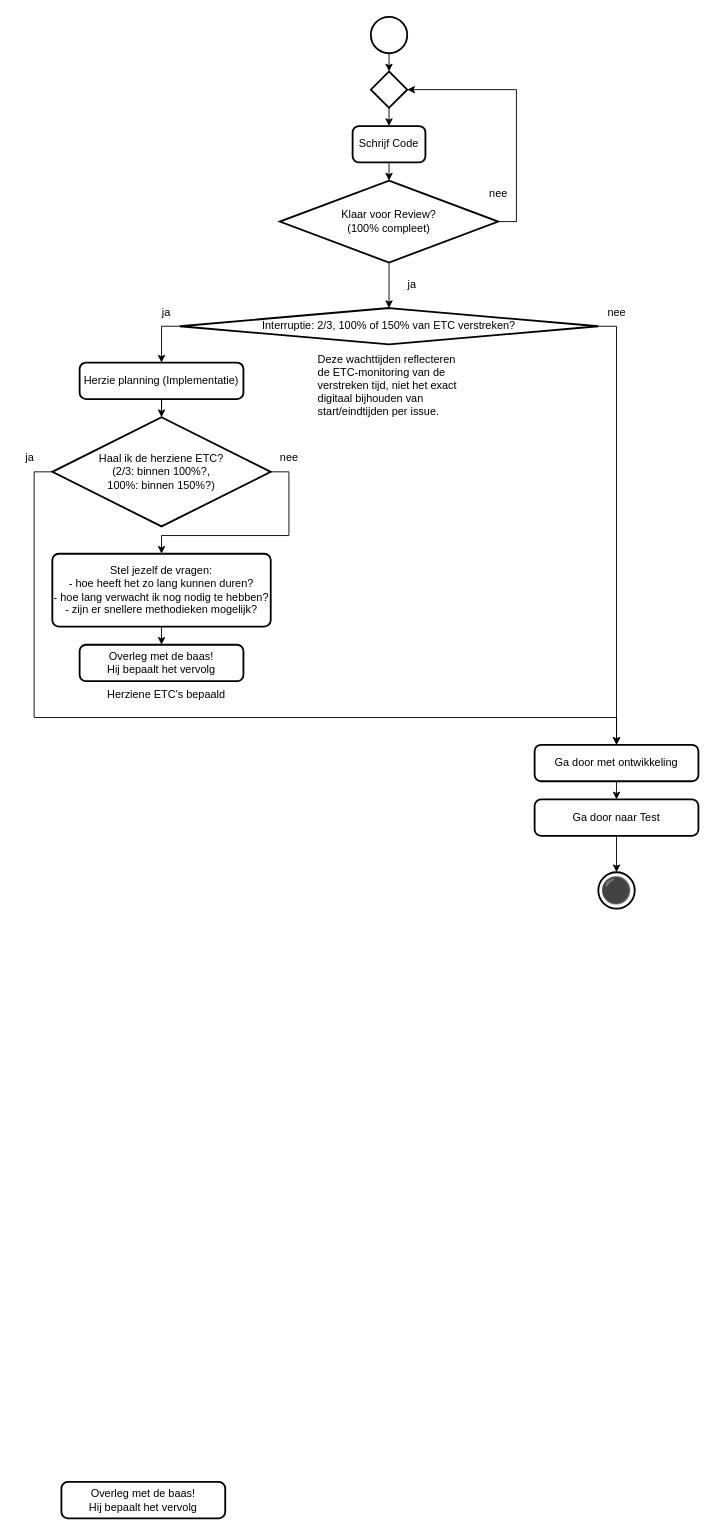
Above: 4 Issue Tracker implementatie.drawio in Zaibatsu89/IssueTracker (draw.io), before the change. Source tidied: cells renumbered, new cells numbered last; positions are measured from the earlier drawing's top-left corner, leaving out a move shared by most shapes. Both pictures are drawn from the tidied source at 91%, with x=0, y=0 at pixel (15, 16).
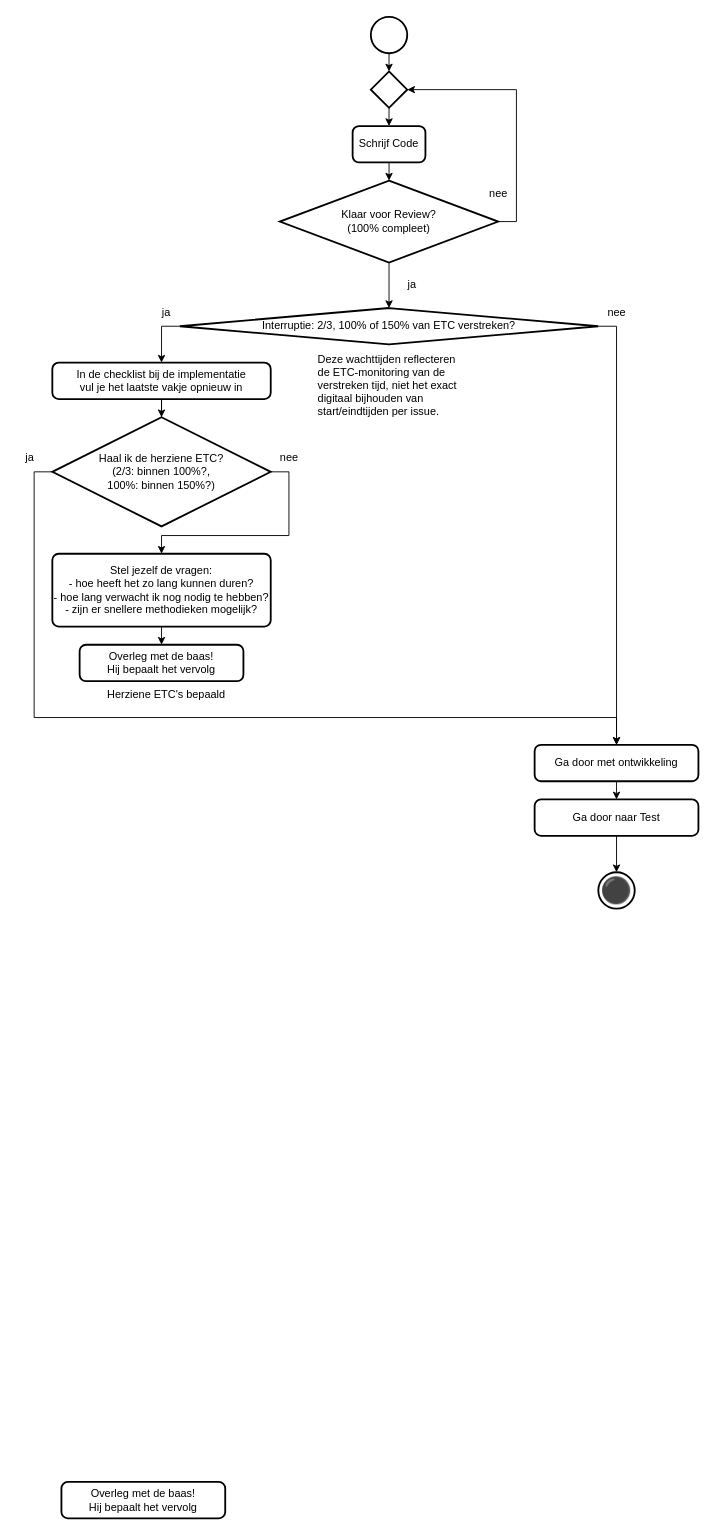
The same page after the edit.

Commit message (it also covers changes not shown here):
"Vul vakjes van analyse in checklist opnieuw in" in analyse flowchart, i.p.v. "Herzie planning"

What changed in the source:
```diff
@@
-    <mxCell id="16" value="Herzie planning (Implementatie)" style="rounded=1;whiteSpace=wrap;html=1;absoluteArcSize=1;arcSize=14;strokeWidth=2;" parent="1" vertex="1">
-      <mxGeometry x="70" y="380" width="180" height="40" as="geometry" />
+    <mxCell id="16" value="In de checklist bij de implementatie&lt;br&gt;vul je het laatste vakje opnieuw in" style="rounded=1;whiteSpace=wrap;html=1;absoluteArcSize=1;arcSize=14;strokeWidth=2;" parent="1" vertex="1">
+      <mxGeometry x="40" y="380" width="240" height="40" as="geometry" />
     </mxCell>
```
